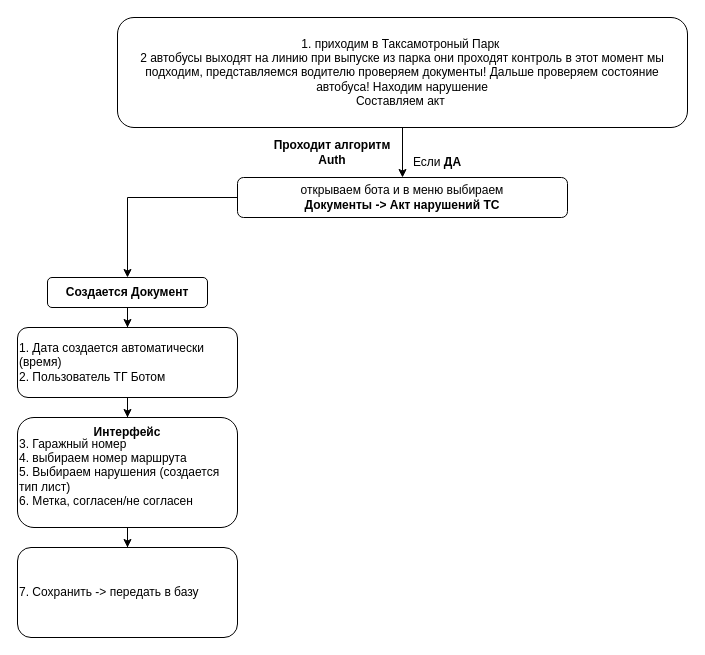
Before: маршрут акта.drawio in EvgeniiGud/draw, a draw.io diagram. Source tidied: cells renumbered, new cells numbered last; positions are measured from the earlier drawing's top-left corner, leaving out a move shared by most shapes. Both pictures are drawn from the tidied source at 100%, with x=0, y=0 at pixel (17, 17).
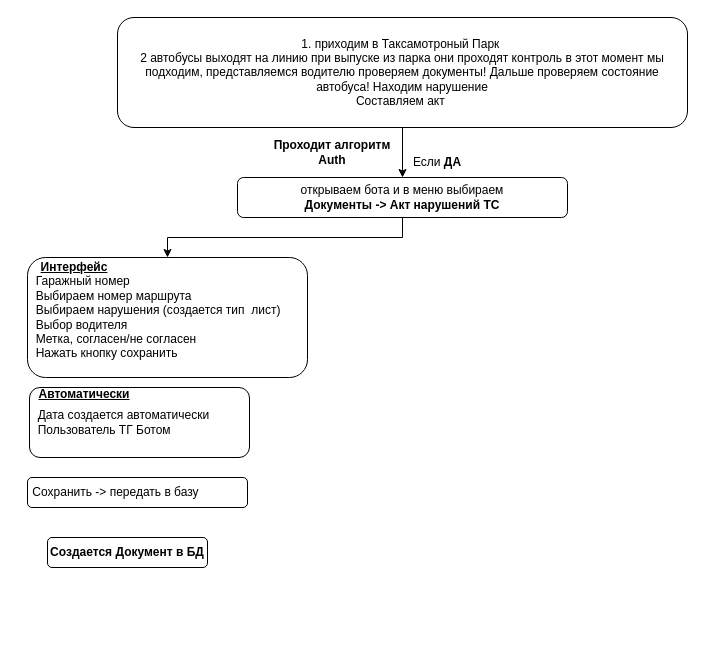
After the change.

Diff of the diagram source:
```diff
@@
 <mxGraphModel>
   <root>
     <mxCell id="0" />
     <mxCell id="1" parent="0" />
     <mxCell id="2" style="edgeStyle=orthogonalEdgeStyle;rounded=0;jettySize=auto;html=1;" parent="1" edge="1" source="3" target="5">
       <mxGeometry relative="1" as="geometry" />
     </mxCell>
     <mxCell id="3" value="&lt;div&gt;1. приходим в Таксамотроный Парк&amp;nbsp;&lt;/div&gt;&lt;div&gt;2 автобусы выходят на линию при выпуске из парка они проходят контроль в этот момент мы подходим, представляемся водителю проверяем документы! Дальше проверяем состояние автобуса! Находим нарушение&lt;/div&gt;&lt;div&gt;Составляем акт&amp;nbsp;&lt;/div&gt;" style="rounded=1;whiteSpace=wrap;html=1;" parent="1" vertex="1">
       <mxGeometry x="100" width="570" height="110" as="geometry" />
     </mxCell>
-    <mxCell id="4" style="edgeStyle=orthogonalEdgeStyle;rounded=0;jettySize=auto;html=1;" parent="1" edge="1" source="5" target="9">
-      <mxGeometry relative="1" as="geometry" />
-    </mxCell>
+    <mxCell id="16" style="edgeStyle=orthogonalEdgeStyle;rounded=0;jettySize=auto;html=1;entryX=0.5;entryY=0;entryDx=0;entryDy=0;" parent="1" edge="1" source="5" target="13">
+      <mxGeometry relative="1" as="geometry" />
+    </mxCell>
     <mxCell id="5" value="открываем бота и в меню выбираем&lt;br&gt;&lt;b&gt;Документы -&amp;gt; Акт нарушений ТС&lt;/b&gt;" style="whiteSpace=wrap;html=1;rounded=1;" parent="1" vertex="1">
       <mxGeometry x="220" y="160" width="330" height="40" as="geometry" />
     </mxCell>
     <mxCell id="6" value="&lt;b&gt;Проходит алгоритм Auth&lt;/b&gt;" style="text;html=1;strokeColor=none;fillColor=none;align=center;verticalAlign=middle;whiteSpace=wrap;rounded=0;" parent="1" vertex="1">
       <mxGeometry x="250" y="120" width="130" height="30" as="geometry" />
     </mxCell>
     <mxCell id="7" value="Если &lt;b&gt;ДА&lt;/b&gt;" style="text;html=1;strokeColor=none;fillColor=none;align=center;verticalAlign=middle;whiteSpace=wrap;rounded=0;" parent="1" vertex="1">
       <mxGeometry x="390" y="130" width="60" height="30" as="geometry" />
     </mxCell>
-    <mxCell id="8" style="edgeStyle=orthogonalEdgeStyle;rounded=0;jettySize=auto;html=1;" parent="1" edge="1" source="9" target="11">
-      <mxGeometry relative="1" as="geometry" />
-    </mxCell>
-    <mxCell id="9" value="&lt;b&gt;Создается Документ&lt;/b&gt;" style="whiteSpace=wrap;html=1;rounded=1;" parent="1" vertex="1">
-      <mxGeometry x="30" y="260" width="160" height="30" as="geometry" />
+    <mxCell id="9" value="&lt;b&gt;Создается Документ в БД&lt;/b&gt;" style="whiteSpace=wrap;html=1;rounded=1;" parent="1" vertex="1">
+      <mxGeometry x="30" y="520" width="160" height="30" as="geometry" />
     </mxCell>
-    <mxCell id="10" style="edgeStyle=orthogonalEdgeStyle;rounded=0;jettySize=auto;html=1;" parent="1" edge="1" source="11" target="13">
-      <mxGeometry relative="1" as="geometry" />
-    </mxCell>
-    <mxCell id="11" value="1. Дата создается автоматически (время)&lt;br&gt;&lt;div style=&quot;&quot;&gt;&lt;span style=&quot;background-color: initial;&quot;&gt;2. Пользователь ТГ Ботом&lt;/span&gt;&lt;/div&gt;" style="whiteSpace=wrap;html=1;rounded=1;align=left;" parent="1" vertex="1">
-      <mxGeometry y="310" width="220" height="70" as="geometry" />
+    <mxCell id="11" value="&amp;nbsp; Дата создается автоматически&lt;br&gt;&lt;div style=&quot;&quot;&gt;&lt;span style=&quot;background-color: initial;&quot;&gt;&amp;nbsp; Пользователь ТГ Ботом&lt;/span&gt;&lt;/div&gt;" style="whiteSpace=wrap;html=1;rounded=1;align=left;" parent="1" vertex="1">
+      <mxGeometry x="12" y="370" width="220" height="70" as="geometry" />
     </mxCell>
-    <mxCell id="12" style="edgeStyle=orthogonalEdgeStyle;rounded=0;jettySize=auto;html=1;" parent="1" edge="1" source="13" target="15">
-      <mxGeometry relative="1" as="geometry" />
-    </mxCell>
-    <mxCell id="13" value="3. Гаражный номер&lt;br&gt;4. выбираем номер маршрута&lt;br&gt;5. Выбираем нарушения (создается тип лист)&lt;br&gt;6. Метка, согласен/не согласен" style="whiteSpace=wrap;html=1;rounded=1;align=left;" parent="1" vertex="1">
-      <mxGeometry y="400" width="220" height="110" as="geometry" />
+    <mxCell id="13" value="&amp;nbsp; Гаражный номер&lt;br&gt;&amp;nbsp; Выбираем номер маршрута&lt;br&gt;&amp;nbsp; Выбираем нарушения (создается тип&amp;nbsp; лист)&lt;br&gt;&amp;nbsp; Выбор водителя&lt;br&gt;&amp;nbsp; Метка, согласен/не согласен&lt;br&gt;&amp;nbsp; Нажать кнопку сохранить" style="whiteSpace=wrap;html=1;rounded=1;align=left;" parent="1" vertex="1">
+      <mxGeometry x="10" y="240" width="280" height="120" as="geometry" />
     </mxCell>
-    <mxCell id="14" value="&lt;b&gt;Интерфейс&lt;/b&gt;" style="text;html=1;strokeColor=none;fillColor=none;align=center;verticalAlign=middle;whiteSpace=wrap;rounded=0;" parent="1" vertex="1">
-      <mxGeometry x="80" y="400" width="60" height="30" as="geometry" />
+    <mxCell id="14" value="&lt;b&gt;&lt;u&gt;Интерфейс&lt;/u&gt;&lt;/b&gt;" style="text;html=1;strokeColor=none;fillColor=none;align=center;verticalAlign=middle;whiteSpace=wrap;rounded=0;" parent="1" vertex="1">
+      <mxGeometry x="17" y="235" width="80" height="30" as="geometry" />
     </mxCell>
-    <mxCell id="15" value="7. Сохранить -&amp;gt; передать в базу" style="whiteSpace=wrap;html=1;align=left;rounded=1;" parent="1" vertex="1">
-      <mxGeometry y="530" width="220" height="90" as="geometry" />
+    <mxCell id="15" value="&amp;nbsp;Сохранить -&amp;gt; передать в базу" style="whiteSpace=wrap;html=1;align=left;rounded=1;" parent="1" vertex="1">
+      <mxGeometry x="10" y="460" width="220" height="30" as="geometry" />
     </mxCell>
+    <mxCell id="17" value="&lt;b&gt;&lt;u&gt;Автоматически&lt;/u&gt;&lt;/b&gt;" style="text;html=1;strokeColor=none;fillColor=none;align=center;verticalAlign=middle;whiteSpace=wrap;rounded=0;" parent="1" vertex="1">
+      <mxGeometry x="12" y="362" width="110" height="30" as="geometry" />
+    </mxCell>
   </root>
 </mxGraphModel>
```
